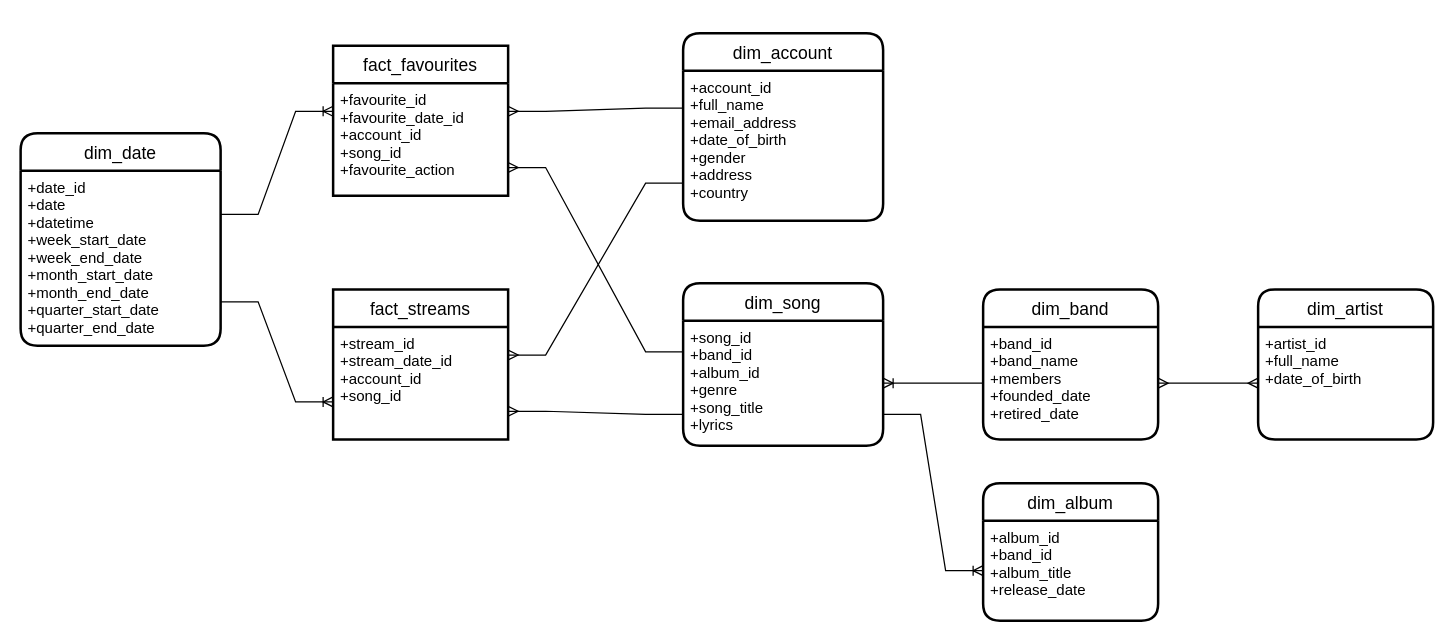
This is star_schema/star_schema.drawio from autrefois/bi_resources, a draw.io file, before an edit. Source tidied: cells renumbered, new cells numbered last; positions are measured from the earlier drawing's top-left corner, leaving out a move shared by most shapes. Both pictures are drawn from the tidied source at 125%, with x=0, y=0 at pixel (20, 32).
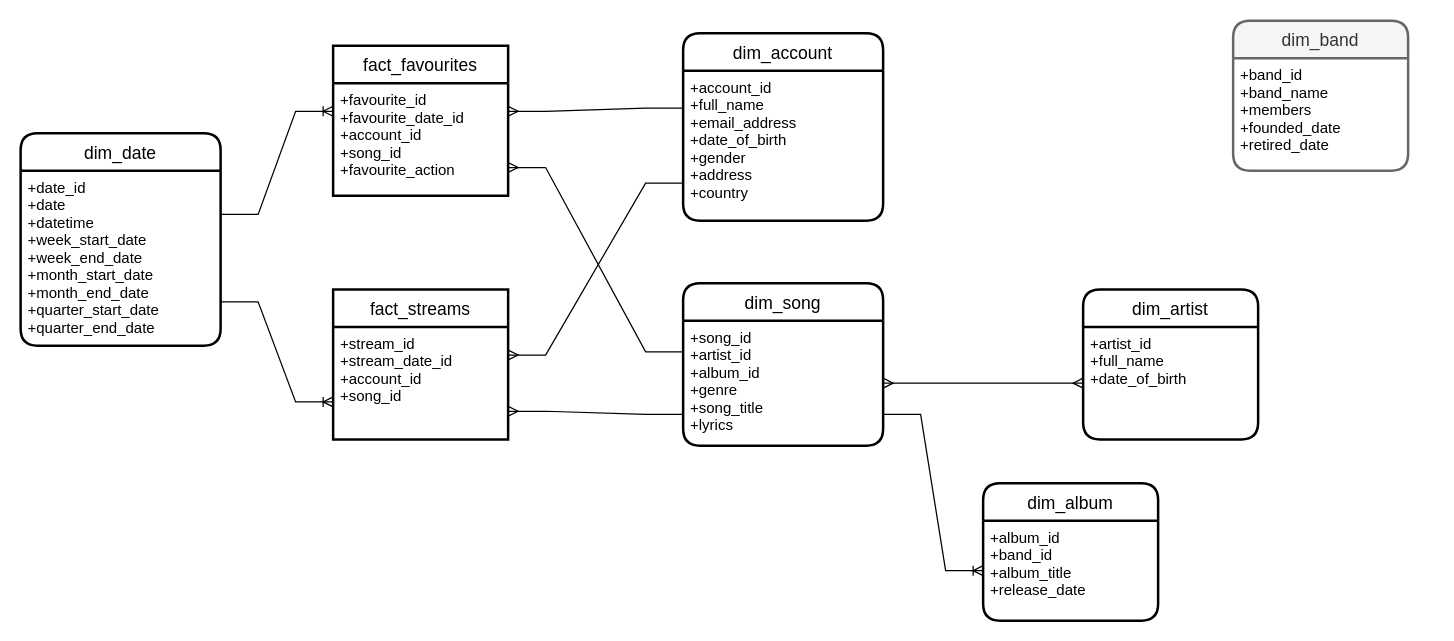
The same diagram, later.

The change refers to these unchanged cells:
```xml
<mxCell id="4" value="dim_song" style="swimlane;horizontal=1;startSize=30;rounded=1;fontSize=14;fontStyle=0;strokeWidth=2;shadow=0;dashed=0;align=center;" parent="1" vertex="1">
  <mxGeometry x="530" y="200" width="160" height="130" as="geometry" />
</mxCell>
<mxCell id="7" value="+band_id&#10;+band_name&#10;+members&#10;+founded_date&#10;+retired_date&#10;" style="align=left;strokeColor=none;fillColor=none;spacingLeft=4;fontSize=12;verticalAlign=top;" parent="6" vertex="1">
  <mxGeometry y="30" width="140" height="90" as="geometry" />
</mxCell>
<mxCell id="13" value="+artist_id&#10;+full_name&#10;+date_of_birth&#10;" style="align=left;strokeColor=none;fillColor=none;spacingLeft=4;fontSize=12;verticalAlign=top;" parent="12" vertex="1">
  <mxGeometry y="30" width="140" height="90" as="geometry" />
</mxCell>
```

Diff of the diagram source:
```diff
@@
-    <mxCell id="5" value="+song_id&#10;+band_id&#10;+album_id&#10;+genre&#10;+song_title&#10;+lyrics&#10;" style="align=left;strokeColor=none;fillColor=none;spacingLeft=4;fontSize=12;verticalAlign=top;" parent="4" vertex="1">
+    <mxCell id="5" value="+song_id&#10;+artist_id&#10;+album_id&#10;+genre&#10;+song_title&#10;+lyrics&#10;" style="align=left;strokeColor=none;fillColor=none;spacingLeft=4;fontSize=12;verticalAlign=top;" parent="4" vertex="1">
       <mxGeometry y="30" width="160" height="100" as="geometry" />
     </mxCell>
-    <mxCell id="6" value="dim_band" style="swimlane;horizontal=1;startSize=30;rounded=1;fontSize=14;fontStyle=0;strokeWidth=2;shadow=0;dashed=0;align=center;" parent="1" vertex="1">
-      <mxGeometry x="770" y="205" width="140" height="120" as="geometry" />
+    <mxCell id="6" value="dim_band" style="swimlane;horizontal=1;startSize=30;rounded=1;fontSize=14;fontStyle=0;strokeWidth=2;shadow=0;dashed=0;align=center;fillColor=#f5f5f5;fontColor=#333333;strokeColor=#666666;" parent="1" vertex="1">
+      <mxGeometry x="970" y="-10" width="140" height="120" as="geometry" />
     </mxCell>
@@
-    <mxCell id="8" style="edgeStyle=entityRelationEdgeStyle;fontSize=12;html=1;endArrow=ERoneToMany;rounded=0;exitX=0;exitY=0.5;exitDx=0;exitDy=0;entryX=1;entryY=0.5;entryDx=0;entryDy=0;" parent="1" edge="1" source="7" target="5">
-      <mxGeometry relative="1" as="geometry" />
-    </mxCell>
@@
     <mxCell id="12" value="dim_artist" style="swimlane;horizontal=1;startSize=30;rounded=1;fontSize=14;fontStyle=0;strokeWidth=2;shadow=0;dashed=0;align=center;" parent="1" vertex="1">
-      <mxGeometry x="990" y="205" width="140" height="120" as="geometry" />
+      <mxGeometry x="850" y="205" width="140" height="120" as="geometry" />
     </mxCell>
@@
-    <mxCell id="14" style="edgeStyle=entityRelationEdgeStyle;fontSize=12;html=1;endArrow=ERmany;startArrow=ERmany;rounded=0;entryX=0;entryY=0.5;entryDx=0;entryDy=0;exitX=1;exitY=0.5;exitDx=0;exitDy=0;" parent="1" edge="1" source="7" target="13">
+    <mxCell id="14" style="edgeStyle=entityRelationEdgeStyle;fontSize=12;html=1;endArrow=ERmany;startArrow=ERmany;rounded=0;entryX=0;entryY=0.5;entryDx=0;entryDy=0;exitX=1;exitY=0.5;exitDx=0;exitDy=0;" parent="1" edge="1" source="5" target="13">
       <mxGeometry relative="1" as="geometry" />
     </mxCell>
```
